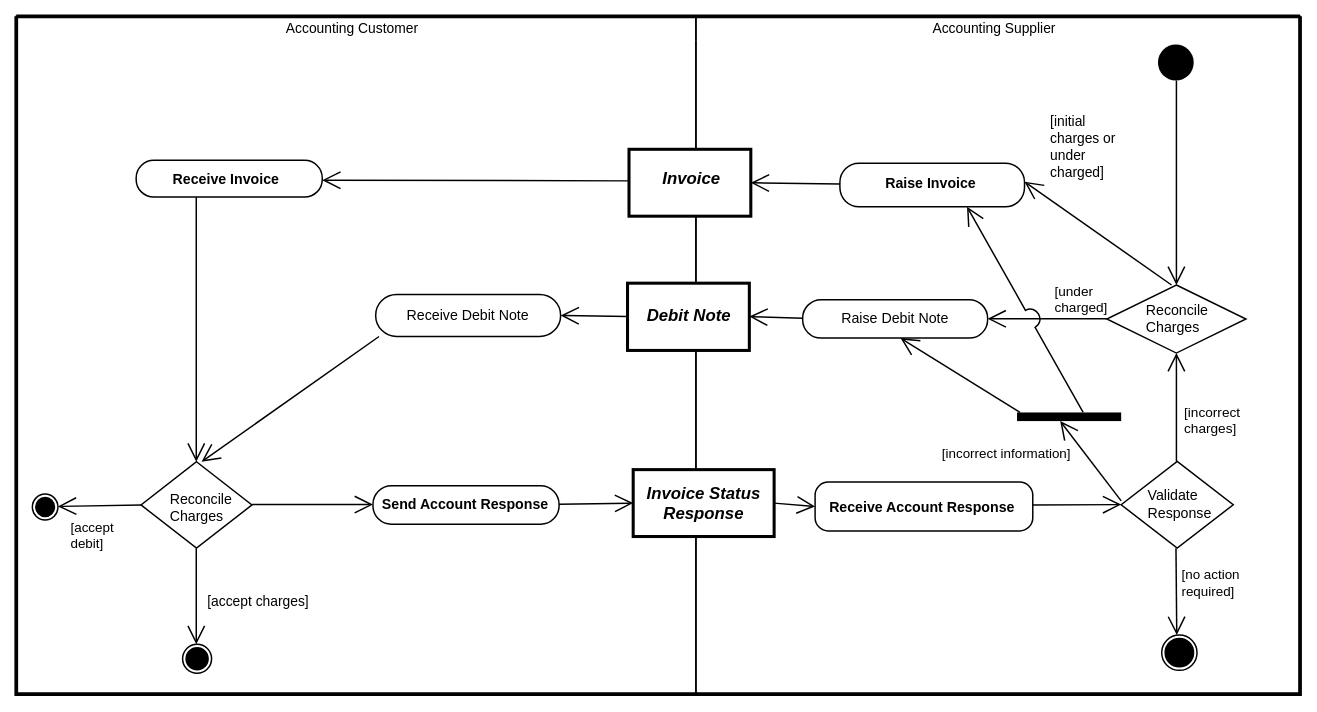
kduvekot/ubl-work-on-svg-images keeps this draw.io diagram as poc-drawio/UBL-2.5-BillingwithDebitNoteProcess/UBL-2.5-BillingwithDebitNoteProcess.drawio. Above is the earlier version. Source tidied: cells renumbered, new cells numbered last; positions are measured from the earlier drawing's top-left corner, leaving out a move shared by most shapes. Both pictures are drawn from the tidied source at 87%, with x=0, y=0 at pixel (16, 16).
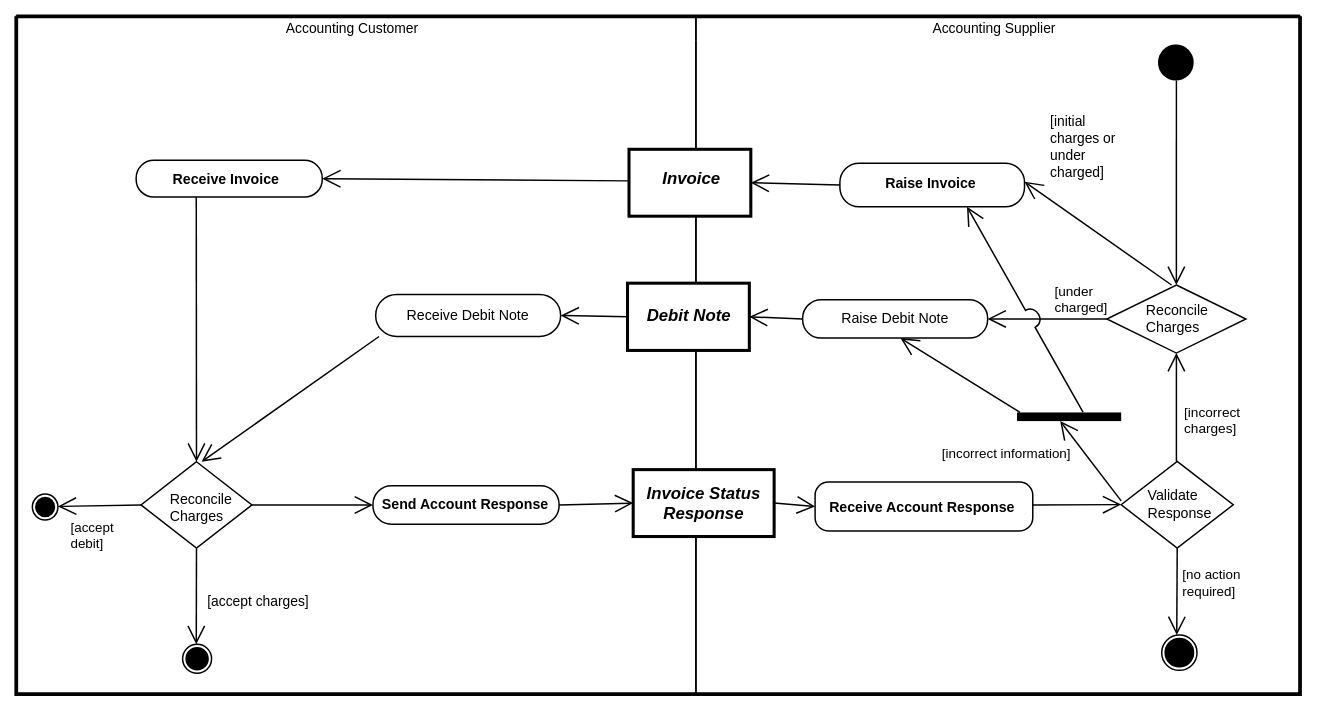
Above is the later version.

Commit message (it also covers changes not shown here):
draw.io PoC: flows filed in their lane or pool; standard connection points

The change refers to these unchanged cells:
```xml
<mxCell id="2" style="swimlane;html=1;startSize=0;whiteSpace=wrap;fillColor=none;strokeWidth=4.3;" parent="1" vertex="1">
  <mxGeometry x="0.2" y="0.2" width="1475.6" height="779.1" as="geometry" />
</mxCell>
<mxCell id="3" value="Accounting Customer" style="swimlane;horizontal=1;startSize=27.87;swimlaneLine=0;html=1;fillColor=none;strokeWidth=1.7;fontSize=15.9;fontStyle=0;spacing=0;spacingRight=9;" parent="2" vertex="1">
  <mxGeometry width="781.2" height="779.1" as="geometry" />
</mxCell>
<mxCell id="4" value="Accounting Supplier" style="swimlane;horizontal=1;startSize=27.87;swimlaneLine=0;html=1;fillColor=none;strokeWidth=1.7;fontSize=15.9;fontStyle=0;spacing=0;spacingRight=9.4;" parent="2" vertex="1">
  <mxGeometry x="781.2" width="694.4" height="779.1" as="geometry" />
</mxCell>
<mxCell id="5" style="ellipse;shape=startState;fillColor=#000000;strokeColor=none;html=1;" parent="4" vertex="1">
  <mxGeometry x="527.1" y="28.4" width="49.1" height="49.5" as="geometry" />
</mxCell>
<mxCell id="6" value="Invoice" style="rounded=0;strokeWidth=3.5;html=1;whiteSpace=nowrap;fontSize=19.3;fontStyle=3;align=center;verticalAlign=middle;spacing=0;spacingLeft=2.6;spacingBottom=9.21;" parent="4" vertex="1">
  <mxGeometry x="-76.9" y="152.9" width="140" height="76.9" as="geometry" />
</mxCell>
<mxCell id="7" value="Receive Invoice" style="rounded=1;absoluteArcSize=1;arcSize=40.6;strokeWidth=1.7;html=1;whiteSpace=nowrap;fontSize=16.3;fontStyle=1;align=center;verticalAlign=middle;spacing=0;spacingRight=7.3;spacingTop=0.69;" parent="3" vertex="1">
  <mxGeometry x="137.8" y="165.5" width="213.9" height="42.3" as="geometry" />
</mxCell>
<mxCell id="8" value="Raise Invoice" style="rounded=1;absoluteArcSize=1;arcSize=44.1;strokeWidth=1.7;html=1;whiteSpace=nowrap;fontSize=16.3;fontStyle=1;align=center;verticalAlign=middle;spacing=0;spacingRight=4.2;spacingBottom=5.31;" parent="4" vertex="1">
  <mxGeometry x="165.5" y="168.9" width="212.2" height="50.1" as="geometry" />
</mxCell>
<mxCell id="9" value="Debit Note" style="rounded=0;strokeWidth=3.5;html=1;whiteSpace=nowrap;fontSize=19.3;fontStyle=3;align=center;verticalAlign=middle;spacing=0;spacingLeft=1.2;spacingBottom=3.61;" parent="4" vertex="1">
  <mxGeometry x="-78.6" y="306.8" width="140" height="77.3" as="geometry" />
</mxCell>
<mxCell id="10" value="Reconcile&lt;br&gt;Charges" style="rhombus;strokeWidth=1.7;html=1;whiteSpace=nowrap;fontSize=16.3;fontStyle=0;align=left;verticalAlign=middle;spacing=0;spacingLeft=45.17;spacingBottom=0.11;" parent="4" vertex="1">
  <mxGeometry x="472.3" y="308.9" width="159.9" height="78.2" as="geometry" />
</mxCell>
<mxCell id="11" value="Receive Debit Note" style="rounded=1;absoluteArcSize=1;arcSize=48.4;strokeWidth=1.7;html=1;whiteSpace=nowrap;fontSize=16.3;fontStyle=0;align=center;verticalAlign=middle;spacing=0;spacingRight=2.6;spacingBottom=1.01;" parent="3" vertex="1">
  <mxGeometry x="413.1" y="319.7" width="212.6" height="48.4" as="geometry" />
</mxCell>
<mxCell id="12" value="Raise Debit Note" style="rounded=1;absoluteArcSize=1;arcSize=42.3;strokeWidth=1.7;html=1;whiteSpace=nowrap;fontSize=16.3;fontStyle=0;align=center;verticalAlign=middle;spacing=0;spacingRight=1.6;spacingBottom=2.91;" parent="4" vertex="1">
  <mxGeometry x="122.7" y="325.8" width="212.6" height="44.1" as="geometry" />
</mxCell>
<mxCell id="13" style="html=1;points=[];perimeter=orthogonalPerimeter;fillColor=#000000;strokeColor=none;" parent="4" vertex="1">
  <mxGeometry x="369.1" y="455.4" width="119.7" height="9.9" as="geometry" />
</mxCell>
<mxCell id="14" value="Validate&lt;br&gt;Response" style="rhombus;strokeWidth=1.7;html=1;whiteSpace=nowrap;fontSize=16.3;fontStyle=0;align=left;verticalAlign=middle;spacing=0;spacingLeft=31.28;spacingBottom=2.31;" parent="4" vertex="1">
  <mxGeometry x="488.8" y="511.6" width="128.8" height="99.8" as="geometry" />
</mxCell>
<mxCell id="15" value="Reconcile&lt;br&gt;Charges" style="rhombus;strokeWidth=1.7;html=1;whiteSpace=nowrap;fontSize=16.3;fontStyle=0;align=left;verticalAlign=middle;spacing=0;spacingLeft=33.28;spacingTop=6.29;" parent="3" vertex="1">
  <mxGeometry x="143.4" y="512" width="127.5" height="99.4" as="geometry" />
</mxCell>
<mxCell id="16" value="Invoice Status&lt;br&gt;Response" style="rounded=0;strokeWidth=3.5;html=1;whiteSpace=nowrap;fontSize=19.3;fontStyle=3;align=center;verticalAlign=middle;spacing=0;spacingRight=1.1;spacingTop=0.79;" parent="4" vertex="1">
  <mxGeometry x="-72.1" y="521.1" width="162" height="76.9" as="geometry" />
</mxCell>
<mxCell id="17" value="Receive Account Response" style="rounded=1;absoluteArcSize=1;arcSize=30.3;strokeWidth=1.7;html=1;whiteSpace=nowrap;fontSize=16.3;fontStyle=1;align=center;verticalAlign=middle;spacing=0;spacingRight=5.6;spacingTop=1.39;" parent="4" vertex="1">
  <mxGeometry x="137" y="535.4" width="250.2" height="56.2" as="geometry" />
</mxCell>
<mxCell id="18" value="Send Account Response" style="rounded=1;absoluteArcSize=1;arcSize=42.3;strokeWidth=1.7;html=1;whiteSpace=nowrap;fontSize=16.3;fontStyle=1;align=center;verticalAlign=middle;spacing=0;spacingRight=3.3;spacingBottom=1.91;" parent="3" vertex="1">
  <mxGeometry x="410" y="539.7" width="213.9" height="44.1" as="geometry" />
</mxCell>
<mxCell id="19" style="ellipse;shape=endState;fillColor=#000000;strokeWidth=1.7;html=1;" parent="3" vertex="1">
  <mxGeometry x="18.5" y="549.2" width="29.4" height="29.8" as="geometry" />
</mxCell>
<mxCell id="20" style="ellipse;shape=endState;fillColor=#000000;strokeWidth=1.7;html=1;" parent="4" vertex="1">
  <mxGeometry x="535.4" y="711.2" width="40.6" height="40.6" as="geometry" />
</mxCell>
<mxCell id="21" style="ellipse;shape=endState;fillColor=#000000;strokeWidth=1.7;html=1;" parent="3" vertex="1">
  <mxGeometry x="191.2" y="721.8" width="33.3" height="33.3" as="geometry" />
</mxCell>
```

What changed in the source:
```diff
@@
-    <mxCell id="22" style="edgeStyle=none;rounded=0;html=1;endArrow=open;endFill=0;endSize=17.45;strokeWidth=1.7;exitX=0.5132;exitY=0.9192;exitPerimeter=0;entryX=0.5003;entryY=0;entryPerimeter=0;" parent="1" edge="1" source="5" target="10">
+    <mxCell id="22" style="edgeStyle=none;rounded=0;html=1;endArrow=open;endFill=0;endSize=17.45;strokeWidth=1.7;exitX=0.5132;exitY=0.9192;exitPerimeter=0;entryX=0.5;entryY=0;entryPerimeter=0;" parent="4" edge="1" source="5" target="10">
       <mxGeometry relative="1" as="geometry" />
     </mxCell>
-    <mxCell id="23" style="edgeStyle=none;rounded=0;html=1;endArrow=open;endFill=0;endSize=17.45;strokeWidth=1.7;exitX=0;exitY=0.472;exitPerimeter=0;entryX=1;entryY=0.5414;entryPerimeter=0;" parent="1" edge="1" source="6" target="7">
+    <mxCell id="23" style="edgeStyle=none;rounded=0;html=1;endArrow=open;endFill=0;endSize=17.45;strokeWidth=1.7;exitX=0;exitY=0.472;exitPerimeter=0;entryX=1;entryY=0.5;entryPerimeter=0;" parent="2" edge="1" source="6" target="7">
       <mxGeometry relative="1" as="geometry" />
     </mxCell>
-    <mxCell id="24" style="edgeStyle=none;rounded=0;html=1;endArrow=open;endFill=0;endSize=17.45;strokeWidth=1.7;exitX=0;exitY=0.475;exitPerimeter=0;entryX=1;entryY=0.5007;entryPerimeter=0;" parent="1" edge="1" source="8" target="6">
+    <mxCell id="24" style="edgeStyle=none;rounded=0;html=1;endArrow=open;endFill=0;endSize=17.45;strokeWidth=1.7;exitX=0;exitY=0.5;exitPerimeter=0;entryX=1;entryY=0.5;entryPerimeter=0;" parent="4" edge="1" source="8" target="6">
       <mxGeometry relative="1" as="geometry" />
     </mxCell>
-    <mxCell id="25" value="[initial&lt;br&gt;charges or&lt;br&gt;under&lt;br&gt;charged]" style="edgeStyle=none;rounded=0;html=1;endArrow=open;endFill=0;endSize=17.45;strokeWidth=1.7;exitX=0.4653;exitY=0;exitPerimeter=0;entryX=1;entryY=0.4232;entryPerimeter=0;fontSize=15.9;fontStyle=0;align=left;verticalAlign=middle;labelBackgroundColor=none;" parent="1" edge="1" source="10" target="8">
+    <mxCell id="25" value="[initial&lt;br&gt;charges or&lt;br&gt;under&lt;br&gt;charged]" style="edgeStyle=none;rounded=0;html=1;endArrow=open;endFill=0;endSize=17.45;strokeWidth=1.7;exitX=0.4653;exitY=0;exitPerimeter=0;entryX=1;entryY=0.4232;entryPerimeter=0;fontSize=15.9;fontStyle=0;align=left;verticalAlign=middle;labelBackgroundColor=none;" parent="4" edge="1" source="10" target="8">
       <mxGeometry x="1" relative="1" as="geometry">
         <mxPoint x="27.9" y="-40.4" as="offset" />
       </mxGeometry>
     </mxCell>
-    <mxCell id="26" style="edgeStyle=none;rounded=0;html=1;endArrow=open;endFill=0;endSize=17.45;strokeWidth=1.7;exitX=0.323;exitY=1;exitPerimeter=0;entryX=0.498;entryY=0;entryPerimeter=0;" parent="1" edge="1" source="7" target="15">
+    <mxCell id="26" style="edgeStyle=none;rounded=0;html=1;endArrow=open;endFill=0;endSize=17.45;strokeWidth=1.7;exitX=0.323;exitY=1;exitPerimeter=0;entryX=0.5;entryY=0;entryPerimeter=0;" parent="3" edge="1" source="7" target="15">
       <mxGeometry relative="1" as="geometry" />
     </mxCell>
-    <mxCell id="27" value="[under&lt;br&gt;charged]" style="edgeStyle=none;rounded=0;html=1;endArrow=open;endFill=0;endSize=17.45;strokeWidth=1.7;exitX=0;exitY=0.4974;exitPerimeter=0;entryX=1;entryY=0.4989;entryPerimeter=0;fontSize=15.65;fontStyle=0;align=left;verticalAlign=middle;labelBackgroundColor=none;" parent="1" edge="1" source="10" target="12">
+    <mxCell id="27" value="[under&lt;br&gt;charged]" style="edgeStyle=none;rounded=0;html=1;endArrow=open;endFill=0;endSize=17.45;strokeWidth=1.7;exitX=0;exitY=0.5;exitPerimeter=0;entryX=1;entryY=0.5;entryPerimeter=0;fontSize=15.65;fontStyle=0;align=left;verticalAlign=middle;labelBackgroundColor=none;" parent="4" edge="1" source="10" target="12">
       <mxGeometry x="-0.1" relative="1" as="geometry">
         <mxPoint y="-21.7" as="offset" />
       </mxGeometry>
     </mxCell>
-    <mxCell id="28" style="edgeStyle=none;rounded=0;html=1;endArrow=open;endFill=0;endSize=17.45;strokeWidth=1.7;exitX=0;exitY=0.4968;exitPerimeter=0;entryX=1;entryY=0.5;entryPerimeter=0;" parent="1" edge="1" source="9" target="11">
+    <mxCell id="28" style="edgeStyle=none;rounded=0;html=1;endArrow=open;endFill=0;endSize=17.45;strokeWidth=1.7;exitX=0;exitY=0.5;exitPerimeter=0;entryX=1;entryY=0.5;entryPerimeter=0;" parent="2" edge="1" source="9" target="11">
       <mxGeometry relative="1" as="geometry" />
     </mxCell>
-    <mxCell id="29" style="edgeStyle=none;rounded=0;html=1;endArrow=open;endFill=0;endSize=17.45;strokeWidth=1.7;exitX=0;exitY=0.4807;exitPerimeter=0;entryX=1;entryY=0.4968;entryPerimeter=0;" parent="1" edge="1" source="12" target="9">
+    <mxCell id="29" style="edgeStyle=none;rounded=0;html=1;endArrow=open;endFill=0;endSize=17.45;strokeWidth=1.7;exitX=0;exitY=0.5;exitPerimeter=0;entryX=1;entryY=0.5;entryPerimeter=0;" parent="4" edge="1" source="12" target="9">
       <mxGeometry relative="1" as="geometry" />
     </mxCell>
-    <mxCell id="30" style="edgeStyle=none;rounded=0;html=1;endArrow=open;endFill=0;endSize=17.45;strokeWidth=1.7;exitX=0.0183;exitY=1;exitPerimeter=0;entryX=0.5459;entryY=0;entryPerimeter=0;" parent="1" edge="1" source="11" target="15">
+    <mxCell id="30" style="edgeStyle=none;rounded=0;html=1;endArrow=open;endFill=0;endSize=17.45;strokeWidth=1.7;exitX=0.0183;exitY=1;exitPerimeter=0;entryX=0.5459;entryY=0;entryPerimeter=0;" parent="3" edge="1" source="11" target="15">
       <mxGeometry relative="1" as="geometry" />
     </mxCell>
-    <mxCell id="31" style="edgeStyle=none;rounded=0;html=1;endArrow=open;endFill=0;endSize=17.45;strokeWidth=1.7;exitX=0.0284;exitY=0;exitPerimeter=0;entryX=0.5287;entryY=1;entryPerimeter=0;" parent="1" edge="1" source="13" target="12">
+    <mxCell id="31" style="edgeStyle=none;rounded=0;html=1;endArrow=open;endFill=0;endSize=17.45;strokeWidth=1.7;exitX=0.0284;exitY=0;exitPerimeter=0;entryX=0.5287;entryY=1;entryPerimeter=0;" parent="4" edge="1" source="13" target="12">
       <mxGeometry relative="1" as="geometry" />
     </mxCell>
-    <mxCell id="32" value="[incorrect&lt;br&gt;charges]" style="edgeStyle=none;rounded=0;html=1;endArrow=open;endFill=0;endSize=17.45;strokeWidth=1.7;exitX=0.493;exitY=0;exitPerimeter=0;entryX=0.5003;entryY=1;entryPerimeter=0;fontSize=15.65;fontStyle=0;align=left;verticalAlign=middle;labelBackgroundColor=none;" parent="1" edge="1" source="14" target="10">
+    <mxCell id="32" value="[incorrect&lt;br&gt;charges]" style="edgeStyle=none;rounded=0;html=1;endArrow=open;endFill=0;endSize=17.45;strokeWidth=1.7;exitX=0.493;exitY=0;exitPerimeter=0;entryX=0.5003;entryY=1;entryPerimeter=0;fontSize=15.65;fontStyle=0;align=left;verticalAlign=middle;labelBackgroundColor=none;" parent="4" edge="1" source="14" target="10">
       <mxGeometry x="-0.24" relative="1" as="geometry">
         <mxPoint x="7.5" as="offset" />
       </mxGeometry>
     </mxCell>
-    <mxCell id="33" value="[incorrect information]" style="edgeStyle=none;rounded=0;html=1;endArrow=open;endFill=0;endSize=17.45;strokeWidth=1.7;exitX=0;exitY=0.4549;exitPerimeter=0;entryX=0.4144;entryY=1;entryPerimeter=0;fontSize=15.4;fontStyle=0;align=center;verticalAlign=middle;labelBackgroundColor=none;" parent="1" edge="1" source="14" target="13">
+    <mxCell id="33" value="[incorrect information]" style="edgeStyle=none;rounded=0;html=1;endArrow=open;endFill=0;endSize=17.45;strokeWidth=1.7;exitX=0;exitY=0.4549;exitPerimeter=0;entryX=0.4144;entryY=1;entryPerimeter=0;fontSize=15.4;fontStyle=0;align=center;verticalAlign=middle;labelBackgroundColor=none;" parent="4" edge="1" source="14" target="13">
       <mxGeometry x="1" relative="1" as="geometry">
         <mxPoint x="-62.4" y="37.2" as="offset" />
       </mxGeometry>
     </mxCell>
-    <mxCell id="34" style="edgeStyle=none;rounded=0;html=1;endArrow=open;endFill=0;endSize=17.45;strokeWidth=1.7;exitX=1;exitY=0.4785;exitPerimeter=0;entryX=0;entryY=0.5007;entryPerimeter=0;" parent="1" edge="1" source="18" target="16">
+    <mxCell id="34" style="edgeStyle=none;rounded=0;html=1;endArrow=open;endFill=0;endSize=17.45;strokeWidth=1.7;exitX=1;exitY=0.5;exitPerimeter=0;entryX=0;entryY=0.5;entryPerimeter=0;" parent="2" edge="1" source="18" target="16">
       <mxGeometry relative="1" as="geometry" />
     </mxCell>
-    <mxCell id="35" style="edgeStyle=none;rounded=0;html=1;endArrow=open;endFill=0;endSize=17.45;strokeWidth=1.7;exitX=1;exitY=0.496;exitPerimeter=0;entryX=0;entryY=0.4898;entryPerimeter=0;" parent="1" edge="1" source="15" target="18">
+    <mxCell id="35" style="edgeStyle=none;rounded=0;html=1;endArrow=open;endFill=0;endSize=17.45;strokeWidth=1.7;exitX=1;exitY=0.5;exitPerimeter=0;entryX=0;entryY=0.5;entryPerimeter=0;" parent="3" edge="1" source="15" target="18">
       <mxGeometry relative="1" as="geometry" />
     </mxCell>
-    <mxCell id="36" style="edgeStyle=none;rounded=0;html=1;endArrow=open;endFill=0;endSize=17.45;strokeWidth=1.7;exitX=1;exitY=0.5007;exitPerimeter=0;entryX=0;entryY=0.4982;entryPerimeter=0;" parent="1" edge="1" source="16" target="17">
+    <mxCell id="36" style="edgeStyle=none;rounded=0;html=1;endArrow=open;endFill=0;endSize=17.45;strokeWidth=1.7;exitX=1;exitY=0.5;exitPerimeter=0;entryX=0;entryY=0.5;entryPerimeter=0;" parent="4" edge="1" source="16" target="17">
       <mxGeometry relative="1" as="geometry" />
     </mxCell>
-    <mxCell id="37" style="edgeStyle=none;rounded=0;html=1;endArrow=open;endFill=0;endSize=17.45;strokeWidth=1.7;exitX=1;exitY=0.468;exitPerimeter=0;entryX=0;entryY=0.498;entryPerimeter=0;" parent="1" edge="1" source="17" target="14">
+    <mxCell id="37" style="edgeStyle=none;rounded=0;html=1;endArrow=open;endFill=0;endSize=17.45;strokeWidth=1.7;exitX=1;exitY=0.468;exitPerimeter=0;entryX=0;entryY=0.498;entryPerimeter=0;" parent="4" edge="1" source="17" target="14">
       <mxGeometry relative="1" as="geometry" />
     </mxCell>
-    <mxCell id="38" value="[accept&lt;br&gt;debit]" style="edgeStyle=none;rounded=0;html=1;endArrow=open;endFill=0;endSize=17.45;strokeWidth=1.7;exitX=0;exitY=0.5;exitPerimeter=0;entryX=1;entryY=0.4765;entryPerimeter=0;fontSize=15.4;fontStyle=0;align=left;verticalAlign=middle;labelBackgroundColor=none;" parent="1" edge="1" source="15" target="19">
+    <mxCell id="38" value="[accept&lt;br&gt;debit]" style="edgeStyle=none;rounded=0;html=1;endArrow=open;endFill=0;endSize=17.45;strokeWidth=1.7;exitX=0;exitY=0.5;exitPerimeter=0;entryX=1;entryY=0.4765;entryPerimeter=0;fontSize=15.4;fontStyle=0;align=left;verticalAlign=middle;labelBackgroundColor=none;" parent="3" edge="1" source="15" target="19">
       <mxGeometry x="0.74" relative="1" as="geometry">
         <mxPoint x="0.6" y="33.7" as="offset" />
       </mxGeometry>
     </mxCell>
-    <mxCell id="39" value="[accept charges]" style="edgeStyle=none;rounded=0;html=1;endArrow=open;endFill=0;endSize=17.45;strokeWidth=1.7;exitX=0.498;exitY=1;exitPerimeter=0;entryX=0.4715;entryY=0;entryPerimeter=0;fontSize=15.9;fontStyle=0;align=center;verticalAlign=middle;labelBackgroundColor=none;" parent="1" edge="1" source="15" target="21">
+    <mxCell id="39" value="[accept charges]" style="edgeStyle=none;rounded=0;html=1;endArrow=open;endFill=0;endSize=17.45;strokeWidth=1.7;exitX=0.5;exitY=1;exitPerimeter=0;entryX=0.4715;entryY=0;entryPerimeter=0;fontSize=15.9;fontStyle=0;align=center;verticalAlign=middle;labelBackgroundColor=none;" parent="3" edge="1" source="15" target="21">
       <mxGeometry x="0.11" relative="1" as="geometry">
         <mxPoint x="70.5" as="offset" />
       </mxGeometry>
     </mxCell>
-    <mxCell id="40" value="[no action&lt;br&gt;required]" style="edgeStyle=none;rounded=0;html=1;endArrow=open;endFill=0;endSize=17.45;strokeWidth=1.7;exitX=0.4891;exitY=1;exitPerimeter=0;entryX=0.4261;entryY=0;entryPerimeter=0;fontSize=15.4;fontStyle=0;align=left;verticalAlign=middle;labelBackgroundColor=none;" parent="1" edge="1" source="14" target="20">
+    <mxCell id="40" value="[no action&lt;br&gt;required]" style="edgeStyle=none;rounded=0;html=1;endArrow=open;endFill=0;endSize=17.45;strokeWidth=1.7;exitX=0.5;exitY=1;exitPerimeter=0;entryX=0.4261;entryY=0;entryPerimeter=0;fontSize=15.4;fontStyle=0;align=left;verticalAlign=middle;labelBackgroundColor=none;" parent="4" edge="1" source="14" target="20">
       <mxGeometry x="-0.2" relative="1" as="geometry">
         <mxPoint x="4.4" as="offset" />
       </mxGeometry>
     </mxCell>
-    <mxCell id="41" style="edgeStyle=none;rounded=0;html=1;endArrow=open;endFill=0;endSize=17.45;strokeWidth=1.7;exitX=0.6349;exitY=0;exitPerimeter=0;entryX=0.6885;entryY=1;entryPerimeter=0;jumpStyle=arc;jumpSize=21;" parent="1" edge="1" source="13" target="8">
+    <mxCell id="41" style="edgeStyle=none;rounded=0;html=1;endArrow=open;endFill=0;endSize=17.45;strokeWidth=1.7;exitX=0.6349;exitY=0;exitPerimeter=0;entryX=0.6885;entryY=1;entryPerimeter=0;jumpStyle=arc;jumpSize=21;" parent="4" edge="1" source="13" target="8">
       <mxGeometry relative="1" as="geometry" />
     </mxCell>
```
